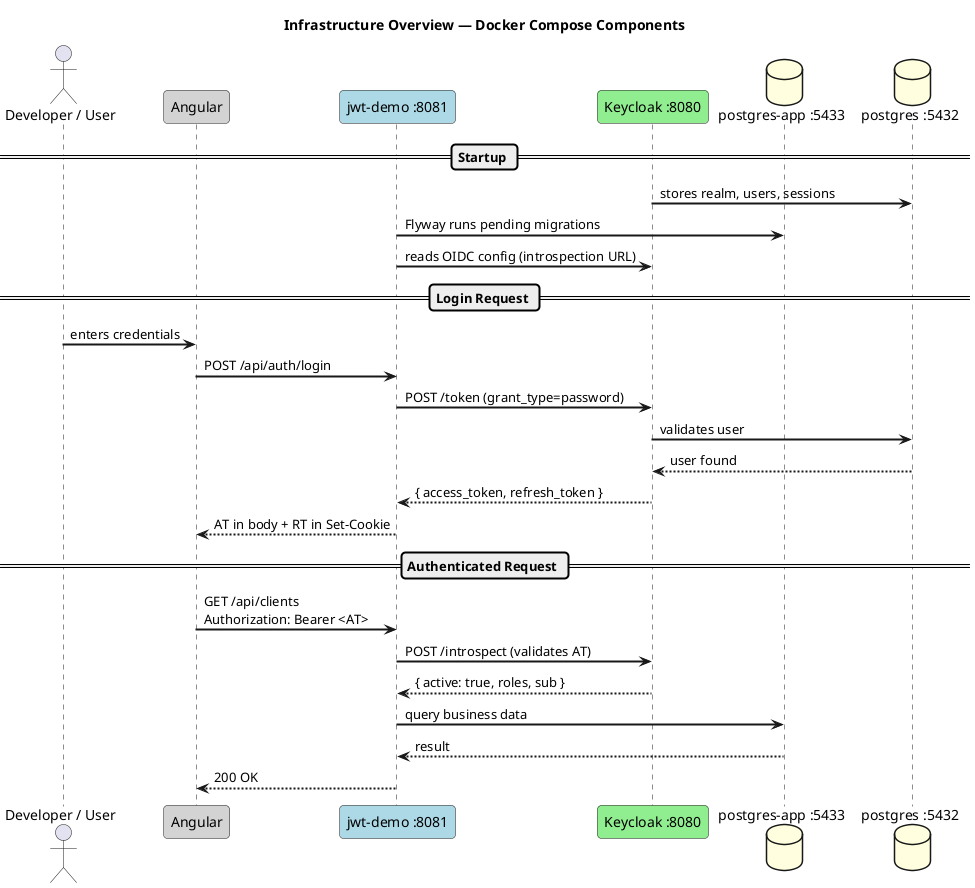
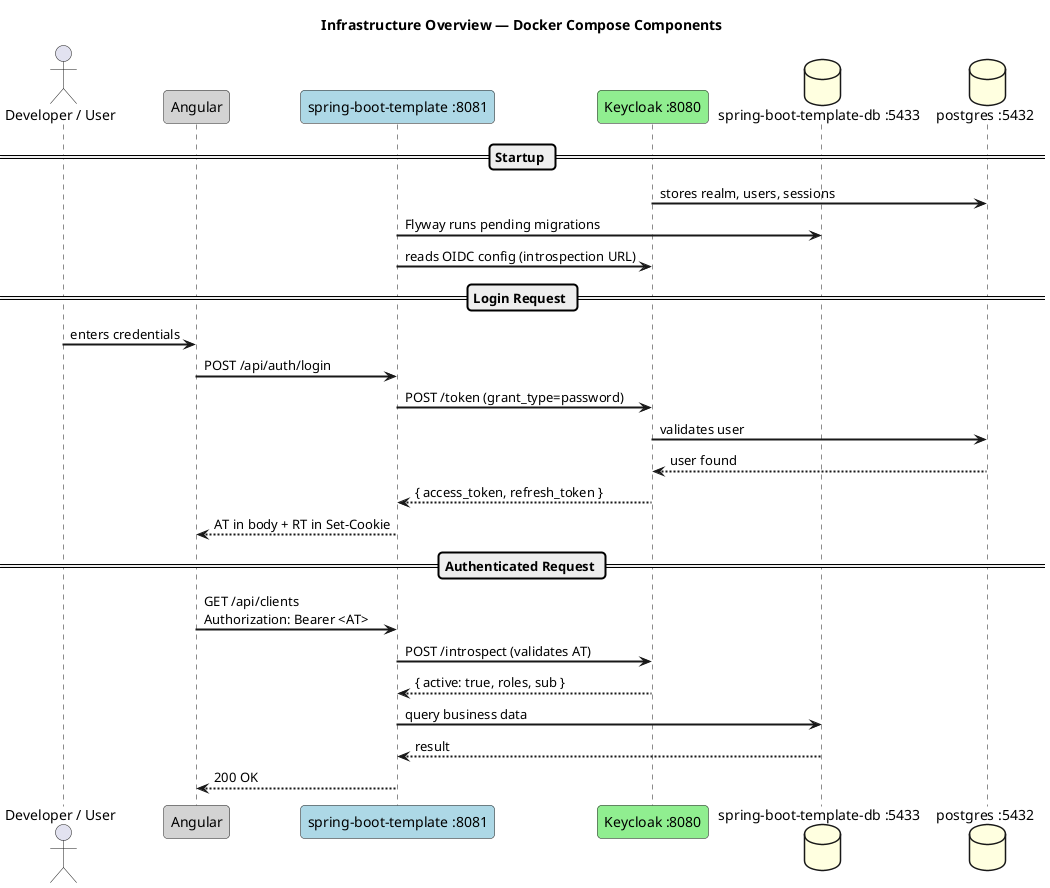
@startuml infrastructure-overview

title Infrastructure Overview — Docker Compose Components

skinparam sequenceArrowThickness 2
skinparam roundcorner 8

actor       "Developer / User"     as user
participant "Angular"              as spa    #LightGray
- participant "jwt-demo :8081"       as app    #LightBlue
+ participant "spring-boot-template :8081"       as app    #LightBlue
participant "Keycloak :8080"       as kc     #LightGreen
- database    "postgres-app :5433"   as dbapp  #LightYellow
+ database    "spring-boot-template-db :5433"   as dbapp  #LightYellow
database    "postgres :5432"       as dbkc   #LightYellow

== Startup ==

kc   -> dbkc  : stores realm, users, sessions
app  -> dbapp : Flyway runs pending migrations
app  -> kc    : reads OIDC config (introspection URL)

== Login Request ==

user -> spa   : enters credentials
spa  -> app   : POST /api/auth/login
app  -> kc    : POST /token (grant_type=password)
kc   -> dbkc  : validates user
dbkc --> kc   : user found
kc   --> app  : { access_token, refresh_token }
app  --> spa  : AT in body + RT in Set-Cookie

== Authenticated Request ==

spa  -> app   : GET /api/clients\nAuthorization: Bearer <AT>
app  -> kc    : POST /introspect (validates AT)
kc   --> app  : { active: true, roles, sub }
app  -> dbapp : query business data
dbapp --> app : result
app  --> spa  : 200 OK

@enduml
